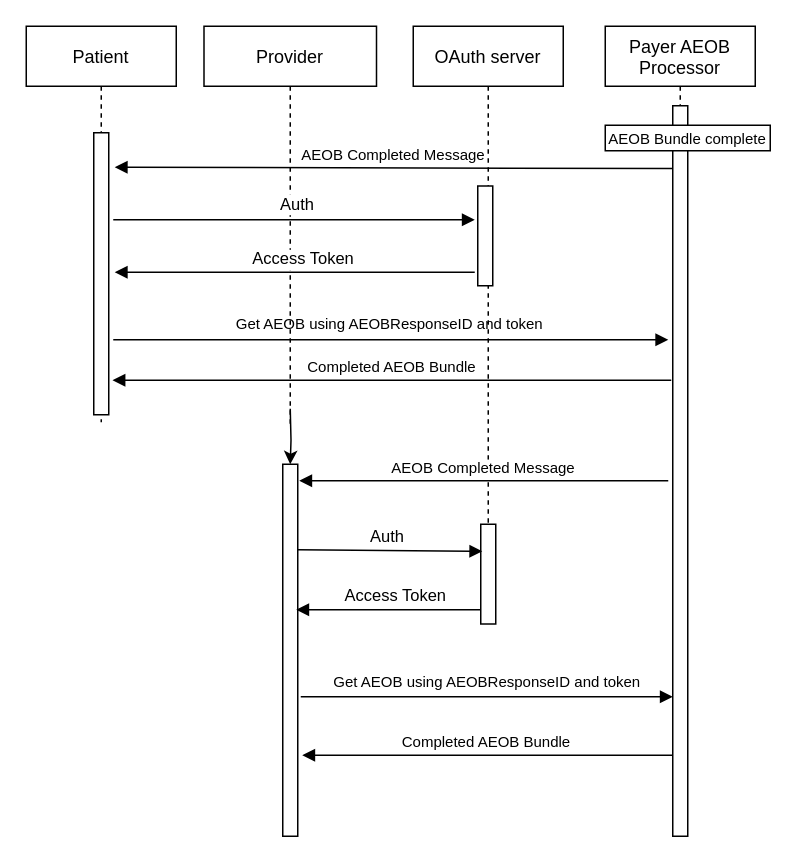
Earlier version of the draw.io diagram input/images/GetAEOB.drawio (HL7/davinci-pct). Source tidied: cells renumbered, new cells numbered last; positions are measured from the earlier drawing's top-left corner, leaving out a move shared by most shapes. Both pictures are drawn from the tidied source at 150%, with x=0, y=0 at pixel (26, 26).
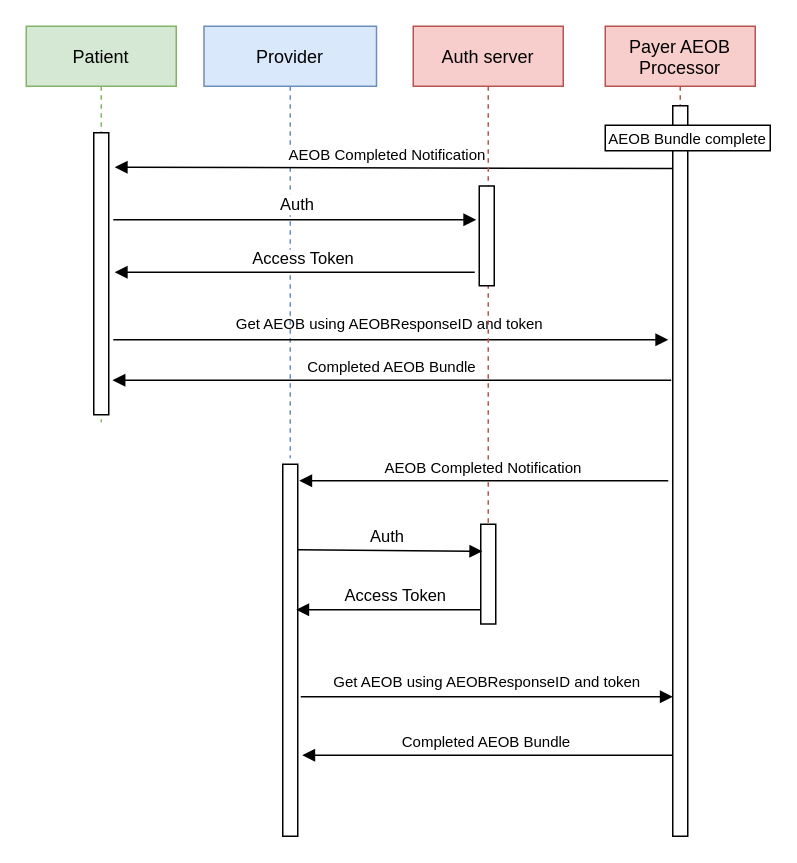
After the change.

The change refers to these unchanged cells:
```xml
<mxCell id="2" style="points=[];perimeter=orthogonalPerimeter;rounded=0;shadow=0;strokeWidth=1;" parent="1" vertex="1">
  <mxGeometry x="171" y="292" width="10" height="248" as="geometry" />
</mxCell>
<mxCell id="6" style="points=[];perimeter=orthogonalPerimeter;rounded=0;shadow=0;strokeWidth=1;" parent="1" vertex="1">
  <mxGeometry x="431" y="53" width="10" height="487" as="geometry" />
</mxCell>
```

Change to the diagram source:
```diff
@@
-    <mxCell id="3" style="edgeStyle=orthogonalEdgeStyle;rounded=0;jettySize=auto;html=1;fontSize=11;" parent="1" edge="1" target="2">
-      <mxGeometry relative="1" as="geometry">
-        <mxPoint x="176" y="255" as="sourcePoint" />
-      </mxGeometry>
-    </mxCell>
-    <mxCell id="4" value="Provider" style="shape=umlLifeline;perimeter=lifelinePerimeter;rounded=0;shadow=0;strokeWidth=1;" parent="1" vertex="1">
-      <mxGeometry x="118.5" width="115" height="267" as="geometry" />
+    <mxCell id="4" value="Provider" style="shape=umlLifeline;perimeter=lifelinePerimeter;rounded=0;shadow=0;strokeWidth=1;fillColor=#dae8fc;strokeColor=#6c8ebf;" parent="1" vertex="1">
+      <mxGeometry x="118.5" width="115" height="288" as="geometry" />
     </mxCell>
-    <mxCell id="5" value="Payer AEOB&#10;Processor" style="shape=umlLifeline;perimeter=lifelinePerimeter;rounded=0;shadow=0;strokeWidth=1;" parent="1" vertex="1">
+    <mxCell id="5" value="Payer AEOB&#10;Processor" style="shape=umlLifeline;perimeter=lifelinePerimeter;rounded=0;shadow=0;strokeWidth=1;fillColor=#f8cecc;strokeColor=#b85450;" parent="1" vertex="1">
       <mxGeometry x="386" width="100" height="443" as="geometry" />
     </mxCell>
@@
-    <mxCell id="7" value="Patient" style="shape=umlLifeline;perimeter=lifelinePerimeter;rounded=0;shadow=0;strokeWidth=1;" parent="1" vertex="1">
+    <mxCell id="7" value="Patient" style="shape=umlLifeline;perimeter=lifelinePerimeter;rounded=0;shadow=0;strokeWidth=1;fillColor=#d5e8d4;strokeColor=#82b366;" parent="1" vertex="1">
       <mxGeometry width="100" height="264" as="geometry" />
     </mxCell>
@@
-    <mxCell id="14" value="AEOB Completed Message" style="verticalAlign=bottom;endArrow=block;shadow=0;strokeWidth=1;fontSize=10;labelBackgroundColor=#FFFFFF;exitX=0;exitY=0.086;exitDx=0;exitDy=0;exitPerimeter=0;" parent="1" edge="1" source="6">
-      <mxGeometry relative="1" as="geometry">
+    <mxCell id="14" value="AEOB Completed Notification" style="verticalAlign=bottom;endArrow=block;shadow=0;strokeWidth=1;fontSize=10;labelBackgroundColor=#FFFFFF;exitX=0;exitY=0.086;exitDx=0;exitDy=0;exitPerimeter=0;" parent="1" edge="1" source="6">
+      <mxGeometry x="0.02" relative="1" as="geometry">
         <mxPoint x="59" y="94" as="targetPoint" />
       </mxGeometry>
     </mxCell>
-    <mxCell id="15" value="OAuth server" style="shape=umlLifeline;perimeter=lifelinePerimeter;rounded=0;shadow=0;strokeWidth=1;" parent="1" vertex="1">
+    <mxCell id="15" value="Auth server" style="shape=umlLifeline;perimeter=lifelinePerimeter;rounded=0;shadow=0;strokeWidth=1;fillColor=#f8cecc;strokeColor=#b85450;" parent="1" vertex="1">
       <mxGeometry x="258" width="100" height="399" as="geometry" />
     </mxCell>
     <mxCell id="16" style="points=[];perimeter=orthogonalPerimeter;rounded=0;shadow=0;strokeWidth=1;" parent="1" vertex="1">
-      <mxGeometry x="301" y="106.5" width="10" height="66.5" as="geometry" />
+      <mxGeometry x="302" y="106.5" width="10" height="66.5" as="geometry" />
     </mxCell>
@@
-    <mxCell id="20" value="AEOB Completed Message" style="verticalAlign=bottom;endArrow=block;shadow=0;strokeWidth=1;fontSize=10;" parent="1" edge="1">
+    <mxCell id="20" value="AEOB Completed Notification" style="verticalAlign=bottom;endArrow=block;shadow=0;strokeWidth=1;fontSize=10;" parent="1" edge="1">
       <mxGeometry relative="1" as="geometry">
         <mxPoint x="428" y="303" as="sourcePoint" />
         <mxPoint x="182" y="303" as="targetPoint" />
       </mxGeometry>
     </mxCell>
```
